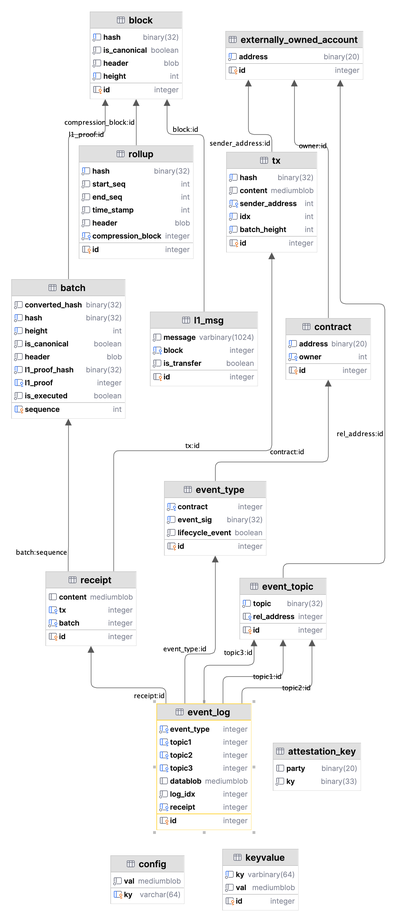
Before: design/architecture/db_schema.png, a diagram exported from PlantUML (ten-protocol/go-ten). Its source is kept beside it as design/architecture/db_schema.puml.
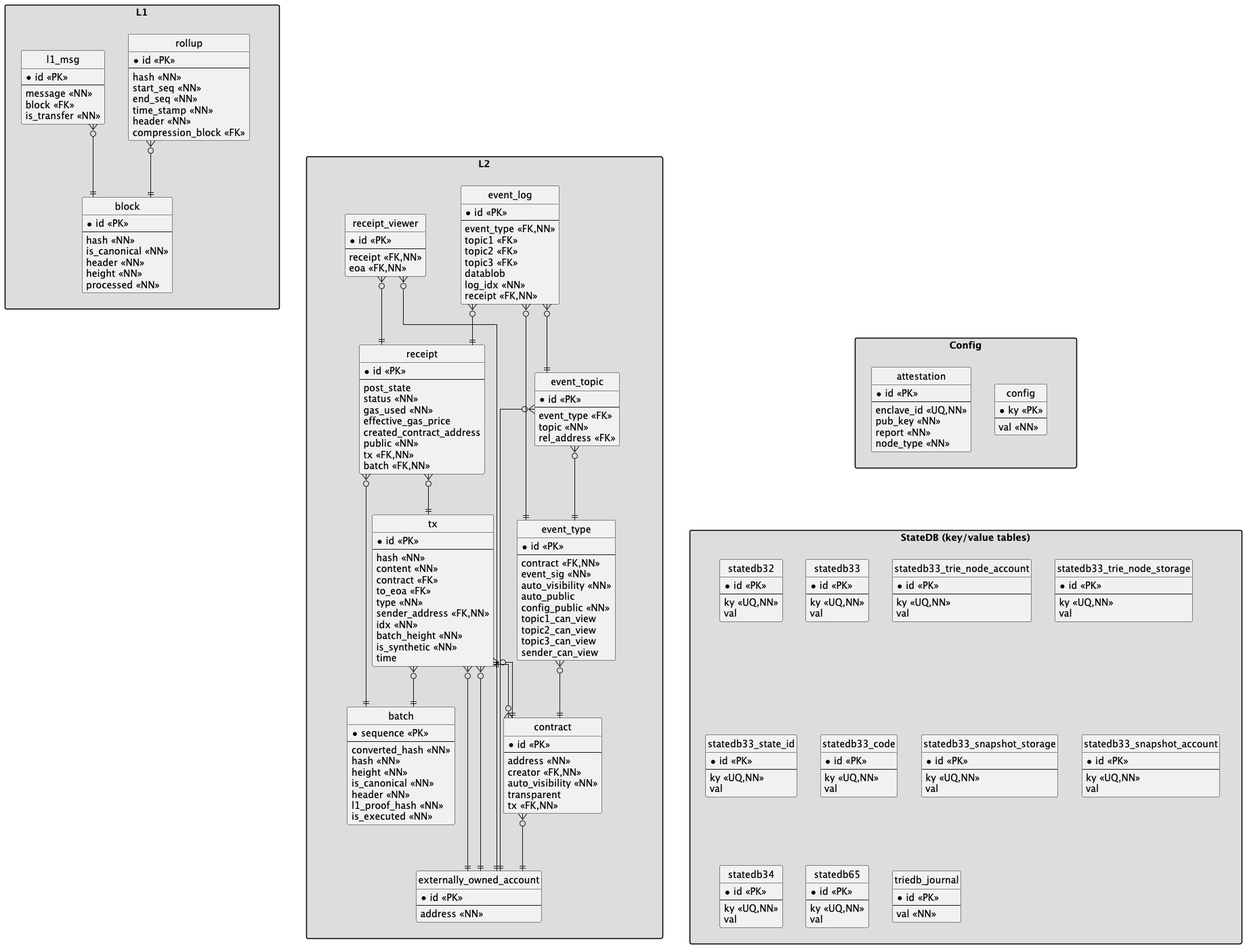
Later version of the same file.

What changed in the source:
```diff
@@ -1,112 +1,264 @@
 @startuml
+hide circle
+skinparam linetype ortho
+skinparam shadowing false
+skinparam packageStyle rectangle
+top to bottom direction
 
-!theme plain
-top to bottom direction
-skinparam linetype ortho
+package "L1" as L1_RECT #DDDDDD {
+    entity "block" as block {
+      * id <<PK>>
+      --
+      hash <<NN>>
+      is_canonical <<NN>>
+      header <<NN>>
+      height <<NN>>
+      processed <<NN>>
+    }
 
-class attestation_key {
-   party: binary(20)
-   ky: binary(33)
-}
-class batch {
-   converted_hash: binary(32)
-   hash: binary(32)
-   height: int
-   is_canonical: boolean
-   header: blob
-   l1_proof_hash: binary(32)
-   l1_proof: integer
-   is_executed: boolean
-   sequence: int
-}
-class block {
-   hash: binary(32)
-   is_canonical: boolean
-   header: blob
-   height: int
-   id: integer
-}
-class config {
-   val: mediumblob
-   ky: varchar(64)
-}
-class contract {
-   address: binary(20)
-   owner: int
-   id: integer
-}
-class event_log {
-   event_type: integer
-   topic1: integer
-   topic2: integer
-   topic3: integer
-   datablob: mediumblob
-   log_idx: integer
-   receipt: integer
-   id: integer
-}
-class event_topic {
-   topic: binary(32)
-   rel_address: integer
-   id: integer
-}
-class event_type {
-   contract: integer
-   event_sig: binary(32)
-   public: boolean
-   id: integer
-}
-class externally_owned_account {
-   address: binary(20)
-   id: integer
-}
-class keyvalue {
-   ky: varbinary(64)
-   val: mediumblob
-   id: integer
-}
-class l1_msg {
-   message: varbinary(1024)
-   block: integer
-   is_transfer: boolean
-   id: integer
-}
-class receipt {
-   content: mediumblob
-   tx: integer
-   batch: integer
-   id: integer
-}
-class rollup {
-   hash: binary(32)
-   start_seq: int
-   end_seq: int
-   time_stamp: int
-   header: blob
-   compression_block: integer
-   id: integer
-}
-class tx {
-   hash: binary(32)
-   content: mediumblob
-   sender_address: int
-   idx: int
-   batch_height: int
-   id: integer
+    entity "l1_msg" as l1_msg {
+      * id <<PK>>
+      --
+      message <<NN>>
+      block <<FK>>
+      is_transfer <<NN>>
+    }
+
+    entity "rollup" as rollup {
+      * id <<PK>>
+      --
+      hash <<NN>>
+      start_seq <<NN>>
+      end_seq <<NN>>
+      time_stamp <<NN>>
+      header <<NN>>
+      compression_block <<FK>>
+    }
 }
 
-batch                     -[#595959,plain]-^  block                    : "l1_proof:id"
-contract                  -[#595959,plain]-^  externally_owned_account : "owner:id"
-event_log                 -[#595959,plain]-^  event_topic              : "topic2:id"
-event_log                 -[#595959,plain]-^  event_topic              : "topic1:id"
-event_log                 -[#595959,plain]-^  event_topic              : "topic3:id"
-event_log                 -[#595959,plain]-^  event_type               : "event_type:id"
-event_log                 -[#595959,plain]-^  receipt                  : "receipt:id"
-event_topic               -[#595959,plain]-^  externally_owned_account : "rel_address:id"
-event_type                -[#595959,plain]-^  contract                 : "contract:id"
-l1_msg                    -[#595959,plain]-^  block                    : "block:id"
-receipt                   -[#595959,plain]-^  batch                    : "batch:sequence"
-receipt                   -[#595959,plain]-^  tx                       : "tx:id"
-rollup                    -[#595959,plain]-^  block                    : "compression_block:id"
-tx                        -[#595959,plain]-^  externally_owned_account : "sender_address:id"
+package "L2" as L2_RECT #DDDDDD {
+    entity "batch" as batch {
+      * sequence <<PK>>
+      --
+      converted_hash <<NN>>
+      hash <<NN>>
+      height <<NN>>
+      is_canonical <<NN>>
+      header <<NN>>
+      l1_proof_hash <<NN>>
+      is_executed <<NN>>
+    }
+
+    entity "externally_owned_account" as eoa {
+      * id <<PK>>
+      --
+      address <<NN>>
+    }
+
+    entity "tx" as tx {
+      * id <<PK>>
+      --
+      hash <<NN>>
+      content <<NN>>
+      contract <<FK>>
+      to_eoa <<FK>>
+      type <<NN>>
+      sender_address <<FK,NN>>
+      idx <<NN>>
+      batch_height <<NN>>
+      is_synthetic <<NN>>
+      time
+    }
+
+    entity "receipt" as receipt {
+      * id <<PK>>
+      --
+      post_state
+      status <<NN>>
+      gas_used <<NN>>
+      effective_gas_price
+      created_contract_address
+      public <<NN>>
+      tx <<FK,NN>>
+      batch <<FK,NN>>
+    }
+
+    entity "receipt_viewer" as receipt_viewer {
+      * id <<PK>>
+      --
+      receipt <<FK,NN>>
+      eoa <<FK,NN>>
+    }
+
+    entity "contract" as contract {
+      * id <<PK>>
+      --
+      address <<NN>>
+      creator <<FK,NN>>
+      auto_visibility <<NN>>
+      transparent
+      tx <<FK,NN>>
+    }
+
+    entity "event_type" as event_type {
+      * id <<PK>>
+      --
+      contract <<FK,NN>>
+      event_sig <<NN>>
+      auto_visibility <<NN>>
+      auto_public
+      config_public <<NN>>
+      topic1_can_view
+      topic2_can_view
+      topic3_can_view
+      sender_can_view
+    }
+
+    entity "event_topic" as event_topic {
+      * id <<PK>>
+      --
+      event_type <<FK>>
+      topic <<NN>>
+      rel_address <<FK>>
+    }
+
+    entity "event_log" as event_log {
+      * id <<PK>>
+      --
+      event_type <<FK,NN>>
+      topic1 <<FK>>
+      topic2 <<FK>>
+      topic3 <<FK>>
+      datablob
+      log_idx <<NN>>
+      receipt <<FK,NN>>
+    }
+}
+
+l1_msg }o--|| block
+rollup }o--|| block
+
+receipt }o--|| tx
+receipt }o--|| batch
+
+receipt_viewer }o--|| receipt
+receipt_viewer }o--|| eoa
+
+contract }o--|| eoa
+contract }o--|| tx
+
+event_type }o--|| contract
+event_topic }o--|| event_type
+event_topic }o--|| eoa
+
+event_log }o--|| event_type
+event_log }o--|| event_topic
+event_log }o--|| receipt
+
+tx }o--|| contract
+tx }o--|| eoa
+tx }o--|| eoa
+
+tx }o--|| batch
+
+package "Config" as CFG_RECT #DDDDDD {
+
+    entity "attestation" as attestation {
+      * id <<PK>>
+      --
+      enclave_id <<UQ,NN>>
+      pub_key <<NN>>
+      report <<NN>>
+      node_type <<NN>>
+    }
+
+    entity "config" as config {
+      * ky <<PK>>
+      --
+      val <<NN>>
+    }
+}
+
+package "StateDB (key/value tables)" as STATEDB_RECT #DDDDDD {
+
+  entity "statedb32" as statedb32 {
+    * id <<PK>>
+    --
+    ky <<UQ,NN>>
+    val
+  }
+
+  entity "statedb33" as statedb33 {
+    * id <<PK>>
+    --
+    ky <<UQ,NN>>
+    val
+  }
+
+  entity "statedb33_trie_node_account" as statedb33_trie_node_account {
+    * id <<PK>>
+    --
+    ky <<UQ,NN>>
+    val
+  }
+
+  entity "statedb33_trie_node_storage" as statedb33_trie_node_storage {
+    * id <<PK>>
+    --
+    ky <<UQ,NN>>
+    val
+  }
+
+  entity "statedb33_state_id" as statedb33_state_id {
+    * id <<PK>>
+    --
+    ky <<UQ,NN>>
+    val
+  }
+
+  entity "statedb33_code" as statedb33_code {
+    * id <<PK>>
+    --
+    ky <<UQ,NN>>
+    val
+  }
+
+  entity "statedb33_snapshot_storage" as statedb33_snapshot_storage {
+    * id <<PK>>
+    --
+    ky <<UQ,NN>>
+    val
+  }
+
+  entity "statedb33_snapshot_account" as statedb33_snapshot_account {
+    * id <<PK>>
+    --
+    ky <<UQ,NN>>
+    val
+  }
+
+  entity "statedb34" as statedb34 {
+    * id <<PK>>
+    --
+    ky <<UQ,NN>>
+    val
+  }
+
+  entity "statedb65" as statedb65 {
+    * id <<PK>>
+    --
+    ky <<UQ,NN>>
+    val
+  }
+
+  entity "triedb_journal" as triedb_journal {
+    * id <<PK>>
+    --
+    val <<NN>>
+  }
+}
+L1_RECT -[hidden]down- L2_RECT
+L2_RECT -[hidden]down- CFG_RECT
+CFG_RECT -[hidden]down- STATEDB_RECT
+
 @enduml
```
